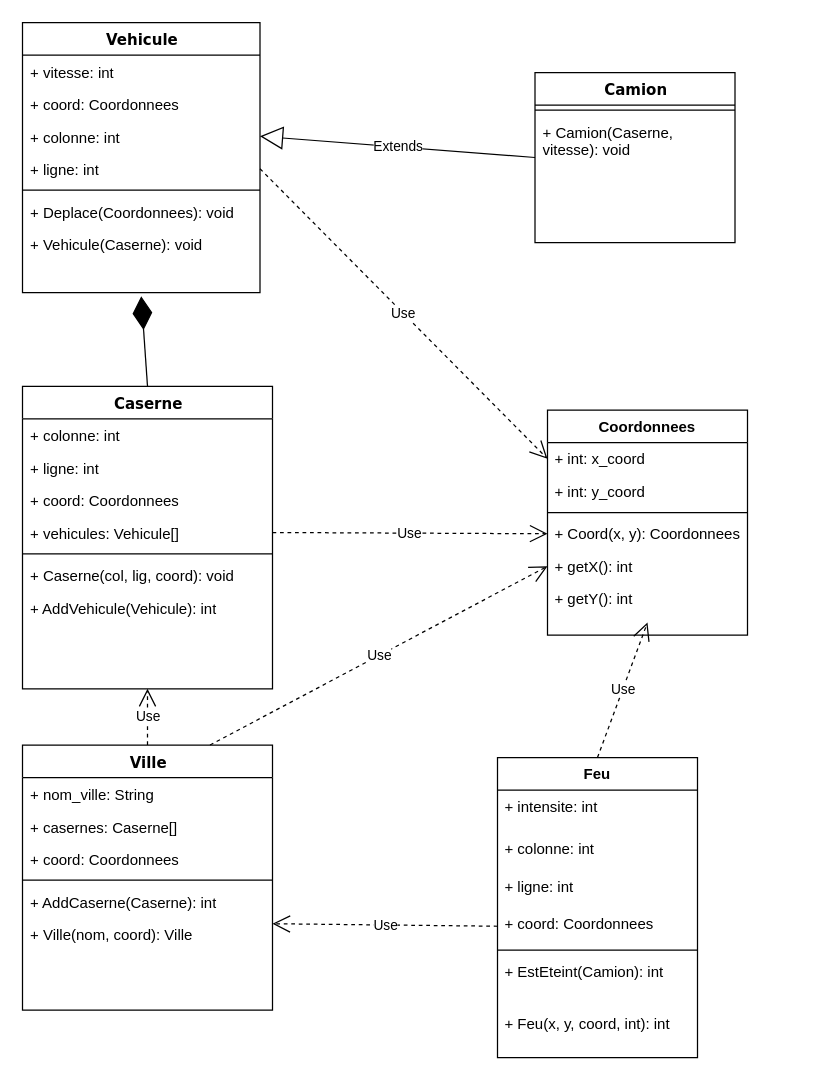
The draw.io diagram Archi_Schema/Diagramme_Classe_Simulateur.drawio in SimSua/projet_transversal, before the edit. Source tidied: cells renumbered, new cells numbered last; positions are measured from the earlier drawing's top-left corner, leaving out a move shared by most shapes. Both pictures are drawn from the tidied source at 125%, with x=0, y=0 at pixel (21, 22).
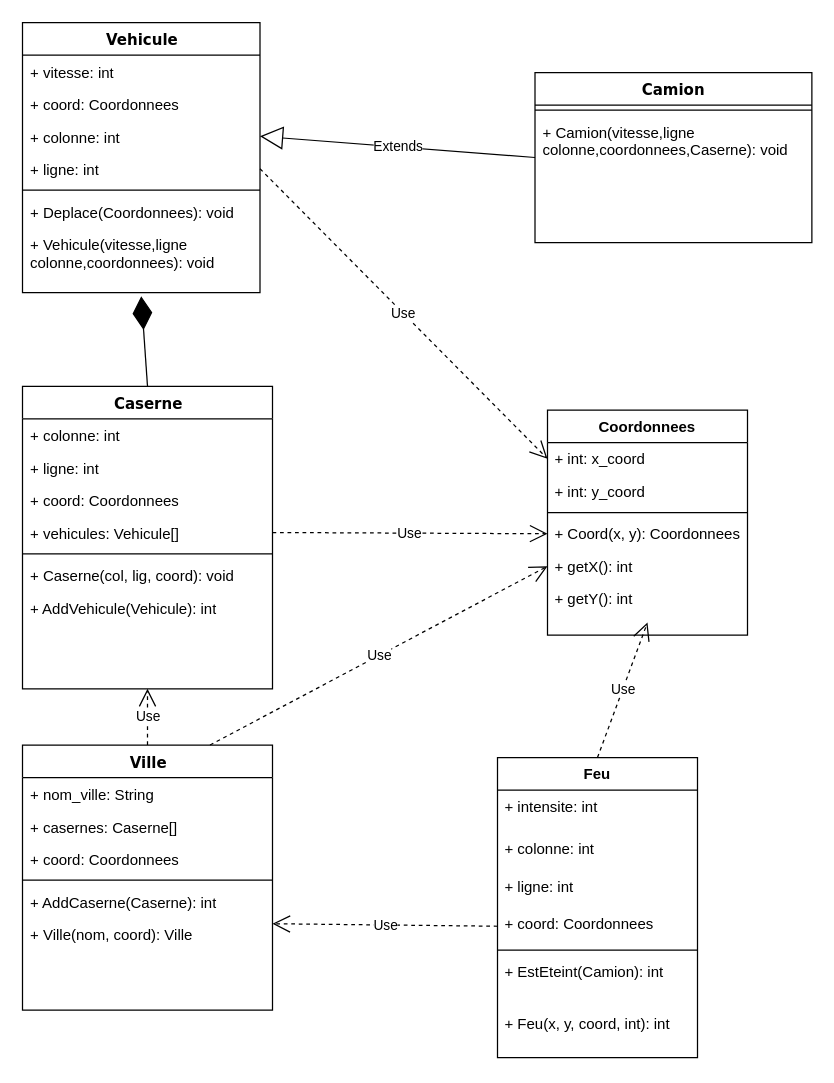
Above is the later version.

The change refers to these unchanged cells:
```xml
<mxCell id="10" value="Vehicule" style="swimlane;html=1;fontStyle=1;align=center;verticalAlign=top;horizontal=1;startSize=26;swimlaneFillColor=#ffffff;rounded=0;shadow=0;comic=0;labelBackgroundColor=none;strokeWidth=1;fillColor=none;fontFamily=Verdana;fontSize=12;" parent="1" vertex="1">
  <mxGeometry x="0.5" y="-0.5" width="190" height="216" as="geometry" />
</mxCell>
```

The edit, as a diff of the source:
```diff
@@
-    <mxCell id="17" value="+ Vehicule(Caserne): void" style="text;html=1;strokeColor=none;fillColor=none;align=left;verticalAlign=top;spacingLeft=4;spacingRight=4;whiteSpace=wrap;overflow=hidden;points=[[0,0.5],[1,0.5]];portConstraint=eastwest;" parent="10" vertex="1">
+    <mxCell id="17" value="+ Vehicule(vitesse,ligne colonne,coordonnees): void" style="text;html=1;strokeColor=none;fillColor=none;align=left;verticalAlign=top;spacingLeft=4;spacingRight=4;whiteSpace=wrap;overflow=hidden;points=[[0,0.5],[1,0.5]];portConstraint=eastwest;" parent="10" vertex="1">
       <mxGeometry y="164" width="190" height="52" as="geometry" />
     </mxCell>
     <mxCell id="18" value="Camion&lt;br&gt;" style="swimlane;html=1;fontStyle=1;align=center;verticalAlign=top;horizontal=1;startSize=26;swimlaneFillColor=#ffffff;rounded=0;shadow=0;comic=0;labelBackgroundColor=none;strokeWidth=1;fillColor=none;fontFamily=Verdana;fontSize=12;" parent="1" vertex="1">
-      <mxGeometry x="410.5" y="39.5" width="160" height="136" as="geometry" />
+      <mxGeometry x="410.5" y="39.5" width="221.5" height="136" as="geometry" />
     </mxCell>
     <mxCell id="19" style="line;html=1;strokeWidth=1;fillColor=none;align=left;verticalAlign=middle;spacingTop=-1;spacingLeft=3;spacingRight=3;labelPosition=right;" parent="18" vertex="1">
-      <mxGeometry y="26" width="160" height="8" as="geometry" />
+      <mxGeometry y="26" width="221.5" height="8" as="geometry" />
     </mxCell>
-    <mxCell id="20" value="+ Camion(Caserne, vitesse): void" style="text;html=1;strokeColor=none;fillColor=none;align=left;verticalAlign=top;spacingLeft=4;spacingRight=4;whiteSpace=wrap;overflow=hidden;" parent="18" vertex="1">
-      <mxGeometry y="34" width="160" height="52" as="geometry" />
+    <mxCell id="20" value="+ Camion(vitesse,ligne colonne,coordonnees,Caserne): void" style="text;html=1;strokeColor=none;fillColor=none;align=left;verticalAlign=top;spacingLeft=4;spacingRight=4;whiteSpace=wrap;overflow=hidden;" parent="18" vertex="1">
+      <mxGeometry y="34" width="221.5" height="52" as="geometry" />
     </mxCell>
```
